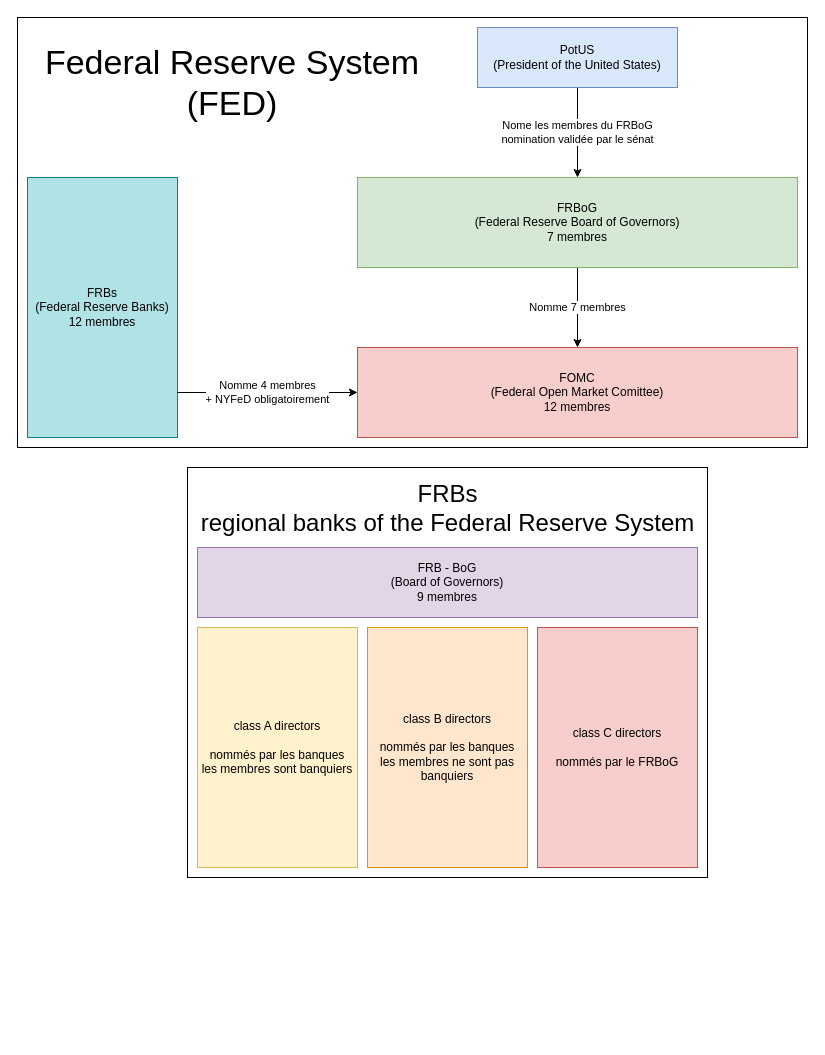
This is FED & FRBs.drawio from Daudre-Vignier-Charles/automaton-graph, a draw.io file, before an edit. Source tidied: cells renumbered, new cells numbered last; positions are measured from the earlier drawing's top-left corner, leaving out a move shared by most shapes. Both pictures are drawn from the tidied source at 100%, with x=0, y=0 at pixel (17, 17).
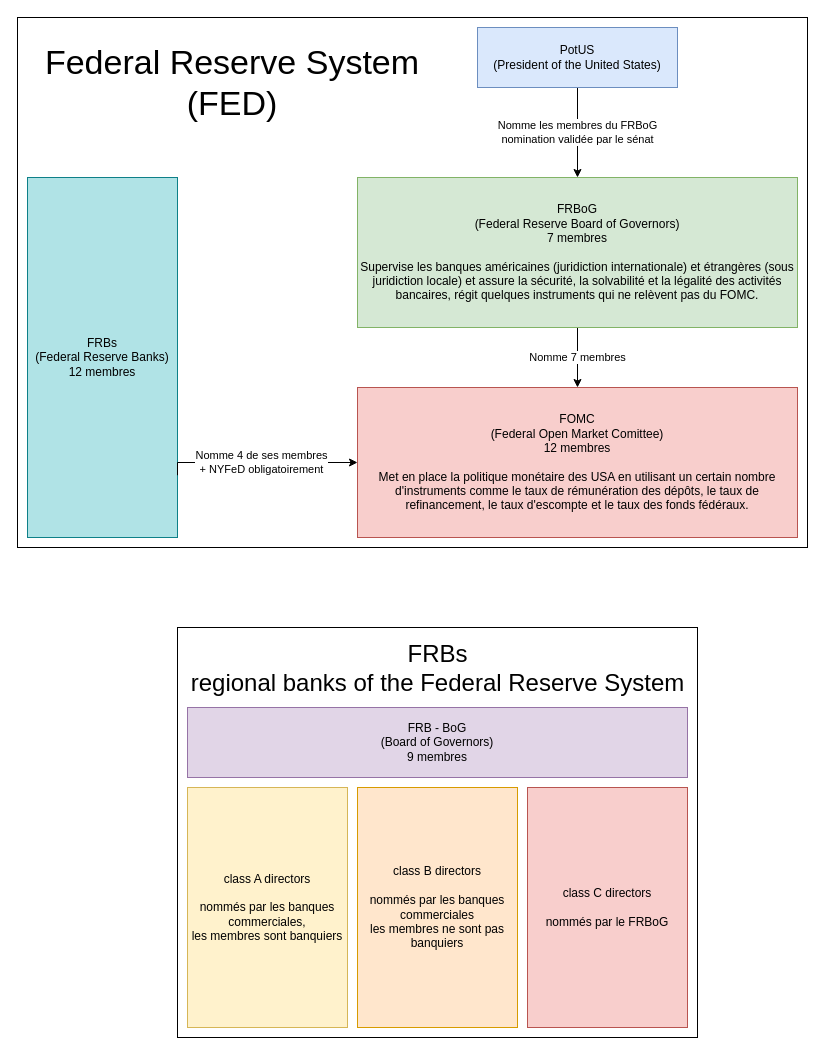
The same page after the edit.

What changed in the source:
```diff
@@
 <mxGraphModel>
   <root>
     <mxCell id="0" />
     <mxCell id="1" parent="0" />
     <mxCell id="2" style="rounded=0;whiteSpace=wrap;html=1;fontSize=24;align=center;" parent="1" vertex="1">
-      <mxGeometry x="170" y="450" width="520" height="410" as="geometry" />
+      <mxGeometry x="160" y="610" width="520" height="410" as="geometry" />
     </mxCell>
     <mxCell id="3" style="rounded=0;whiteSpace=wrap;html=1;fontSize=34;" parent="1" vertex="1">
-      <mxGeometry width="790" height="430" as="geometry" />
+      <mxGeometry width="790" height="530" as="geometry" />
     </mxCell>
-    <mxCell id="4" value="&lt;div&gt;Nome les membres du FRBoG&lt;/div&gt;&lt;div&gt;nomination validée par le sénat&lt;/div&gt;" style="edgeStyle=orthogonalEdgeStyle;rounded=0;jettySize=auto;html=1;exitX=0.5;exitY=1;exitDx=0;exitDy=0;entryX=0.5;entryY=0;entryDx=0;entryDy=0;" parent="1" edge="1" source="5" target="7">
+    <mxCell id="4" value="&lt;div&gt;Nomme les membres du FRBoG&lt;/div&gt;&lt;div&gt;nomination validée par le sénat&lt;/div&gt;" style="edgeStyle=orthogonalEdgeStyle;rounded=0;jettySize=auto;html=1;exitX=0.5;exitY=1;exitDx=0;exitDy=0;entryX=0.5;entryY=0;entryDx=0;entryDy=0;" parent="1" edge="1" source="5" target="7">
       <mxGeometry relative="1" as="geometry" />
     </mxCell>
     <mxCell id="5" value="&lt;div&gt;PotUS&lt;/div&gt;&lt;div&gt;(President of the United States)&lt;br&gt;&lt;/div&gt;" style="rounded=0;whiteSpace=wrap;html=1;fillColor=#dae8fc;strokeColor=#6c8ebf;" parent="1" vertex="1">
       <mxGeometry x="460" y="10" width="200" height="60" as="geometry" />
     </mxCell>
     <mxCell id="6" value="Nomme 7 membres" style="edgeStyle=orthogonalEdgeStyle;rounded=0;jettySize=auto;html=1;exitX=0.5;exitY=1;exitDx=0;exitDy=0;entryX=0.5;entryY=0;entryDx=0;entryDy=0;startArrow=none;startFill=0;" parent="1" edge="1" source="7" target="10">
       <mxGeometry relative="1" as="geometry" />
     </mxCell>
-    <mxCell id="7" value="&lt;div&gt;FRBoG&lt;br&gt;&lt;/div&gt;&lt;div&gt;(Federal Reserve Board of Governors)&lt;/div&gt;&lt;div&gt;7 membres&lt;/div&gt;" style="rounded=0;whiteSpace=wrap;html=1;fillColor=#d5e8d4;strokeColor=#82b366;" parent="1" vertex="1">
-      <mxGeometry x="340" y="160" width="440" height="90" as="geometry" />
+    <mxCell id="7" value="&lt;div&gt;FRBoG&lt;br&gt;&lt;/div&gt;&lt;div&gt;(Federal Reserve Board of Governors)&lt;/div&gt;&lt;div&gt;7 membres&lt;/div&gt;&lt;div&gt;&lt;br&gt;&lt;/div&gt;&lt;div&gt;Supervise les banques américaines (juridiction internationale) et étrangères (sous juridiction locale) et assure la sécurité, la solvabilité et la légalité des activités bancaires, régit quelques instruments qui ne relèvent pas du FOMC.&lt;br&gt;&lt;/div&gt;" style="rounded=0;whiteSpace=wrap;html=1;fillColor=#d5e8d4;strokeColor=#82b366;" parent="1" vertex="1">
+      <mxGeometry x="340" y="160" width="440" height="150" as="geometry" />
     </mxCell>
     <mxCell id="8" value="&lt;div&gt;FRBs&lt;/div&gt;&lt;div&gt;(Federal Reserve Banks)&lt;br&gt;&lt;/div&gt;12 membres" style="rounded=0;whiteSpace=wrap;html=1;fillColor=#b0e3e6;strokeColor=#0e8088;" parent="1" vertex="1">
-      <mxGeometry x="10" y="160" width="150" height="260" as="geometry" />
+      <mxGeometry x="10" y="160" width="150" height="360" as="geometry" />
     </mxCell>
-    <mxCell id="9" value="&lt;div&gt;Nomme 4 membres&lt;/div&gt;+ NYFeD obligatoirement" style="edgeStyle=orthogonalEdgeStyle;rounded=0;jettySize=auto;html=1;exitX=0;exitY=0.5;exitDx=0;exitDy=0;entryX=1;entryY=0.827;entryDx=0;entryDy=0;entryPerimeter=0;startArrow=classic;startFill=1;endArrow=none;endFill=0;" parent="1" edge="1" source="10" target="8">
-      <mxGeometry relative="1" as="geometry" />
+    <mxCell id="9" value="&lt;div&gt;Nomme 4 de ses membres&lt;/div&gt;+ NYFeD obligatoirement" style="edgeStyle=orthogonalEdgeStyle;rounded=0;jettySize=auto;html=1;exitX=0;exitY=0.5;exitDx=0;exitDy=0;entryX=1;entryY=0.827;entryDx=0;entryDy=0;entryPerimeter=0;startArrow=classic;startFill=1;endArrow=none;endFill=0;" parent="1" edge="1" source="10" target="8">
+      <mxGeometry relative="1" as="geometry">
+        <Array as="points">
+          <mxPoint x="160" y="445" />
+        </Array>
+      </mxGeometry>
     </mxCell>
-    <mxCell id="10" value="&lt;div&gt;FOMC&lt;/div&gt;&lt;div&gt;(Federal Open Market Comittee)&lt;/div&gt;12 membres" style="rounded=0;whiteSpace=wrap;html=1;fillColor=#f8cecc;strokeColor=#b85450;" parent="1" vertex="1">
-      <mxGeometry x="340" y="330" width="440" height="90" as="geometry" />
+    <mxCell id="10" value="&lt;div&gt;FOMC&lt;/div&gt;&lt;div&gt;(Federal Open Market Comittee)&lt;/div&gt;&lt;div&gt;12 membres&lt;/div&gt;&lt;div&gt;&lt;br&gt;&lt;/div&gt;&lt;div&gt;Met en place la politique monétaire des USA en utilisant un certain nombre d'instruments comme le taux de rémunération des dépôts, le taux de refinancement, le taux d'escompte et le taux des fonds fédéraux.&lt;br&gt;&lt;/div&gt;" style="rounded=0;whiteSpace=wrap;html=1;fillColor=#f8cecc;strokeColor=#b85450;" parent="1" vertex="1">
+      <mxGeometry x="340" y="370" width="440" height="150" as="geometry" />
     </mxCell>
     <mxCell id="11" value="&lt;div style=&quot;font-size: 34px;&quot;&gt;Federal Reserve System&lt;/div&gt;&lt;div style=&quot;font-size: 34px;&quot;&gt;(FED)&lt;br style=&quot;font-size: 34px;&quot;&gt;&lt;/div&gt;" style="rounded=0;whiteSpace=wrap;html=1;strokeColor=none;fontSize=34;" parent="1" vertex="1">
       <mxGeometry x="10" y="10" width="410" height="110" as="geometry" />
     </mxCell>
     <mxCell id="12" value="&lt;div&gt;FRB - BoG&lt;/div&gt;&lt;div&gt;(Board of Governors)&lt;/div&gt;&lt;div&gt;9 membres&lt;/div&gt;" style="rounded=0;whiteSpace=wrap;html=1;fontSize=12;fillColor=#e1d5e7;strokeColor=#9673a6;" parent="1" vertex="1">
-      <mxGeometry x="180" y="530" width="500" height="70" as="geometry" />
+      <mxGeometry x="170" y="690" width="500" height="70" as="geometry" />
     </mxCell>
-    <mxCell id="13" value="&lt;div&gt;class A directors&lt;/div&gt;&lt;div&gt;&lt;br&gt;&lt;/div&gt;&lt;div&gt;nommés par les banques&lt;/div&gt;&lt;div&gt;les membres sont banquiers&lt;br&gt;&lt;/div&gt;" style="rounded=0;whiteSpace=wrap;html=1;fontSize=12;fillColor=#fff2cc;strokeColor=#d6b656;" parent="1" vertex="1">
-      <mxGeometry x="180" y="610" width="160" height="240" as="geometry" />
+    <mxCell id="13" value="&lt;div&gt;class A directors&lt;/div&gt;&lt;div&gt;&lt;br&gt;&lt;/div&gt;&lt;div&gt;nommés par les banques commerciales,&lt;br&gt;&lt;/div&gt;&lt;div&gt;les membres sont banquiers&lt;br&gt;&lt;/div&gt;" style="rounded=0;whiteSpace=wrap;html=1;fontSize=12;fillColor=#fff2cc;strokeColor=#d6b656;" parent="1" vertex="1">
+      <mxGeometry x="170" y="770" width="160" height="240" as="geometry" />
     </mxCell>
-    <mxCell id="14" value="&lt;div&gt;class B directors&lt;/div&gt;&lt;div&gt;&lt;br&gt;&lt;/div&gt;&lt;div&gt;nommés par les banques&lt;/div&gt;&lt;div&gt;les membres ne sont pas banquiers&lt;br&gt;&lt;/div&gt;" style="rounded=0;whiteSpace=wrap;html=1;fontSize=12;fillColor=#ffe6cc;strokeColor=#d79b00;" parent="1" vertex="1">
-      <mxGeometry x="350" y="610" width="160" height="240" as="geometry" />
+    <mxCell id="14" value="&lt;div&gt;class B directors&lt;/div&gt;&lt;div&gt;&lt;br&gt;&lt;/div&gt;&lt;div&gt;nommés par les banques commerciales&lt;br&gt;&lt;/div&gt;&lt;div&gt;les membres ne sont pas banquiers&lt;br&gt;&lt;/div&gt;" style="rounded=0;whiteSpace=wrap;html=1;fontSize=12;fillColor=#ffe6cc;strokeColor=#d79b00;" parent="1" vertex="1">
+      <mxGeometry x="340" y="770" width="160" height="240" as="geometry" />
     </mxCell>
     <mxCell id="15" value="&lt;div&gt;class C directors&lt;/div&gt;&lt;div&gt;&lt;br&gt;&lt;/div&gt;nommés par le FRBoG" style="rounded=0;whiteSpace=wrap;html=1;fontSize=12;fillColor=#f8cecc;strokeColor=#b85450;" parent="1" vertex="1">
-      <mxGeometry x="520" y="610" width="160" height="240" as="geometry" />
+      <mxGeometry x="510" y="770" width="160" height="240" as="geometry" />
     </mxCell>
     <mxCell id="16" value="FRBs&lt;br style=&quot;font-size: 24px;&quot;&gt;&lt;div style=&quot;font-size: 24px;&quot;&gt;regional banks of the Federal Reserve System&lt;/div&gt;" style="text;html=1;align=center;verticalAlign=top;spacingTop=-4;fontSize=24;" parent="1" vertex="1">
-      <mxGeometry x="295" y="460" width="270" height="30" as="geometry" />
+      <mxGeometry x="285" y="620" width="270" height="30" as="geometry" />
     </mxCell>
   </root>
 </mxGraphModel>
```
